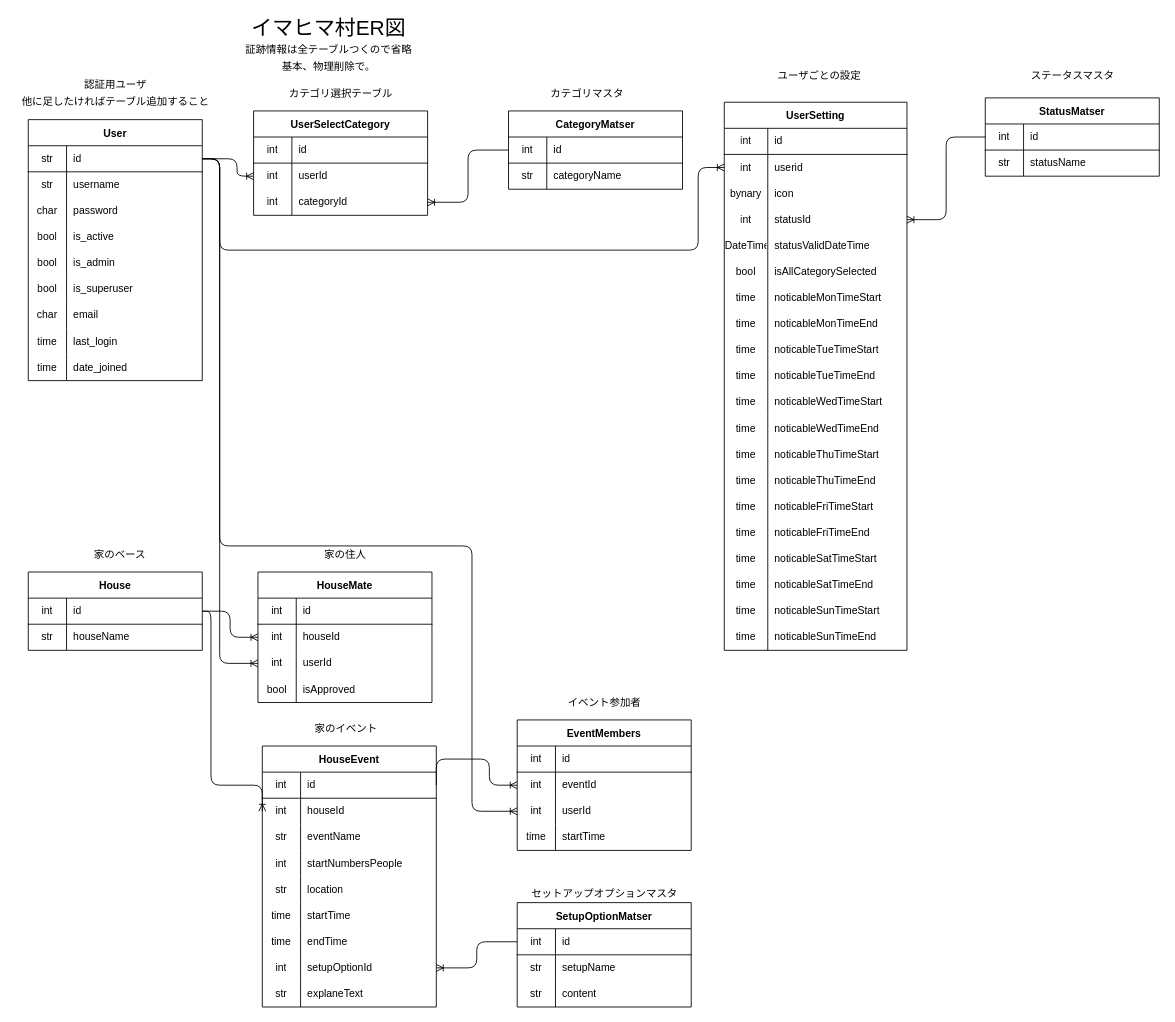
Before: server/imahima_mura/ER.drawio in jafady/imahima_mura, a draw.io diagram. Source tidied: cells renumbered, new cells numbered last; positions are measured from the earlier drawing's top-left corner, leaving out a move shared by most shapes. Both pictures are drawn from the tidied source at 87%, with x=0, y=0 at pixel (15, 15).
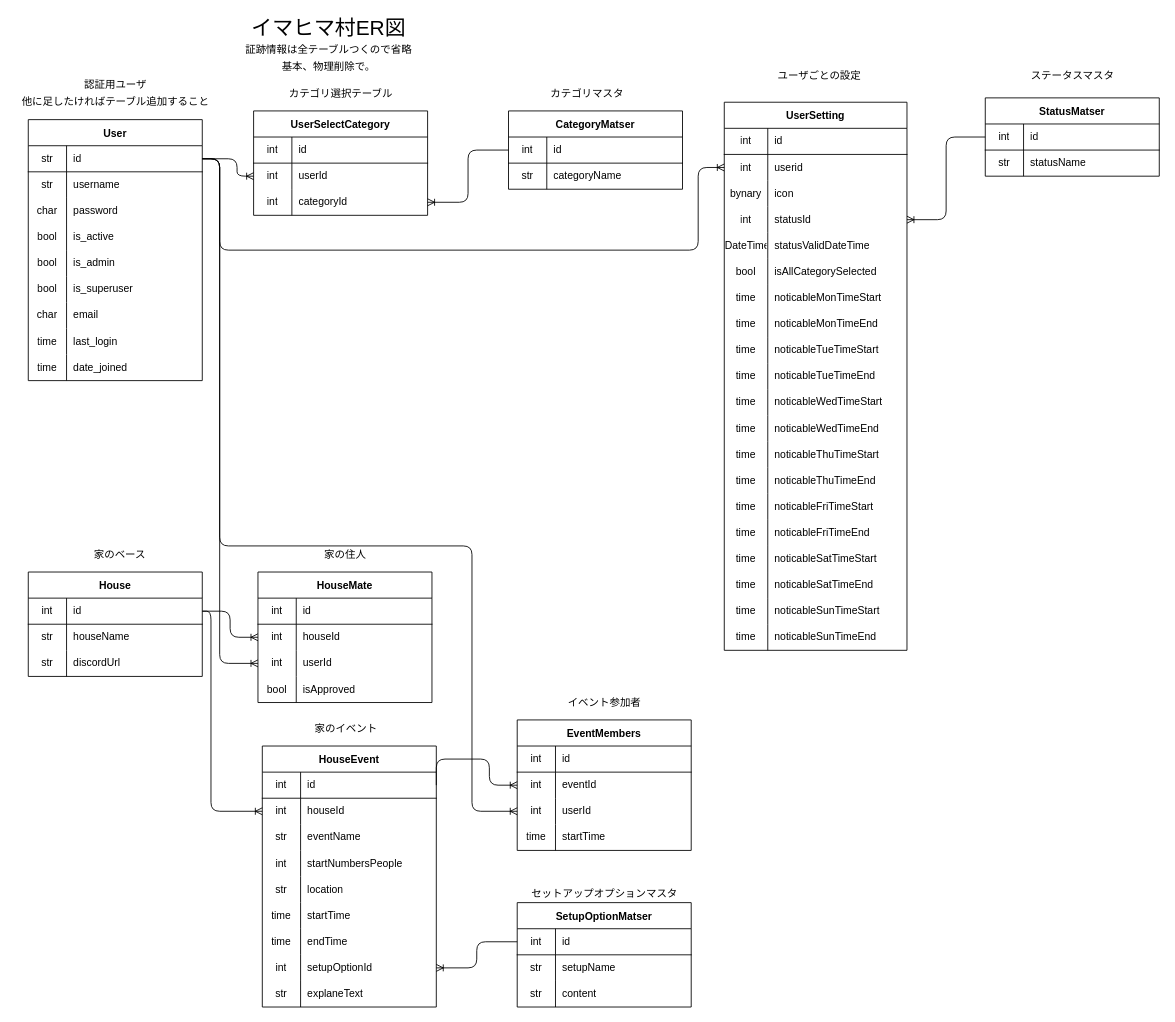
The same diagram, later.

The change refers to these unchanged cells:
```xml
<mxCell id="127" style="shape=partialRectangle;html=1;whiteSpace=wrap;fillColor=none;top=0;left=0;bottom=1;right=0;points=[[0,0.5],[1,0.5]];portConstraint=eastwest;" parent="126" vertex="1">
  <mxGeometry y="30" width="200" height="30" as="geometry" />
</mxCell>
<mxCell id="156" style="shape=partialRectangle;html=1;whiteSpace=wrap;fillColor=none;top=0;left=0;bottom=0;right=0;points=[[0,0.5],[1,0.5]];portConstraint=eastwest;" parent="152" vertex="1">
  <mxGeometry y="60" width="200" height="30" as="geometry" />
</mxCell>
```

Change to the diagram source:
```diff
@@
     <mxCell id="126" value="House" style="shape=table;startSize=30;childLayout=tableLayout;rowLines=0;fontStyle=1;align=center;" parent="1" vertex="1">
-      <mxGeometry x="15" y="640" width="200" height="90" as="geometry" />
+      <mxGeometry x="15" y="640" width="200" height="120" as="geometry" />
     </mxCell>
@@
+    <mxCell id="210" style="shape=partialRectangle;html=1;whiteSpace=wrap;fillColor=none;top=0;left=0;bottom=0;right=0;" parent="126" vertex="1">
+      <mxGeometry y="90" width="200" height="30" as="geometry" />
+    </mxCell>
+    <mxCell id="211" value="str" style="shape=partialRectangle;html=1;whiteSpace=wrap;fillColor=none;top=0;left=0;bottom=0;right=0;overflow=hidden;" parent="210" vertex="1">
+      <mxGeometry width="44" height="30" as="geometry" />
+    </mxCell>
+    <mxCell id="212" value="discordUrl" style="shape=partialRectangle;html=1;whiteSpace=wrap;fillColor=none;top=0;left=0;bottom=0;right=0;align=left;spacingLeft=6;overflow=hidden;" parent="210" vertex="1">
+      <mxGeometry x="44" width="156" height="30" as="geometry" />
+    </mxCell>
@@
     <mxCell id="180" style="edgeStyle=orthogonalEdgeStyle;html=1;exitX=1;exitY=0.5;exitDx=0;exitDy=0;entryX=0;entryY=0.5;entryDx=0;entryDy=0;fontSize=24;endArrow=ERoneToMany;endFill=0;" parent="1" edge="1" source="127" target="156">
       <mxGeometry relative="1" as="geometry">
         <Array as="points">
           <mxPoint x="225" y="685" />
-          <mxPoint x="225" y="885" />
+          <mxPoint x="225" y="915" />
         </Array>
       </mxGeometry>
     </mxCell>
```
